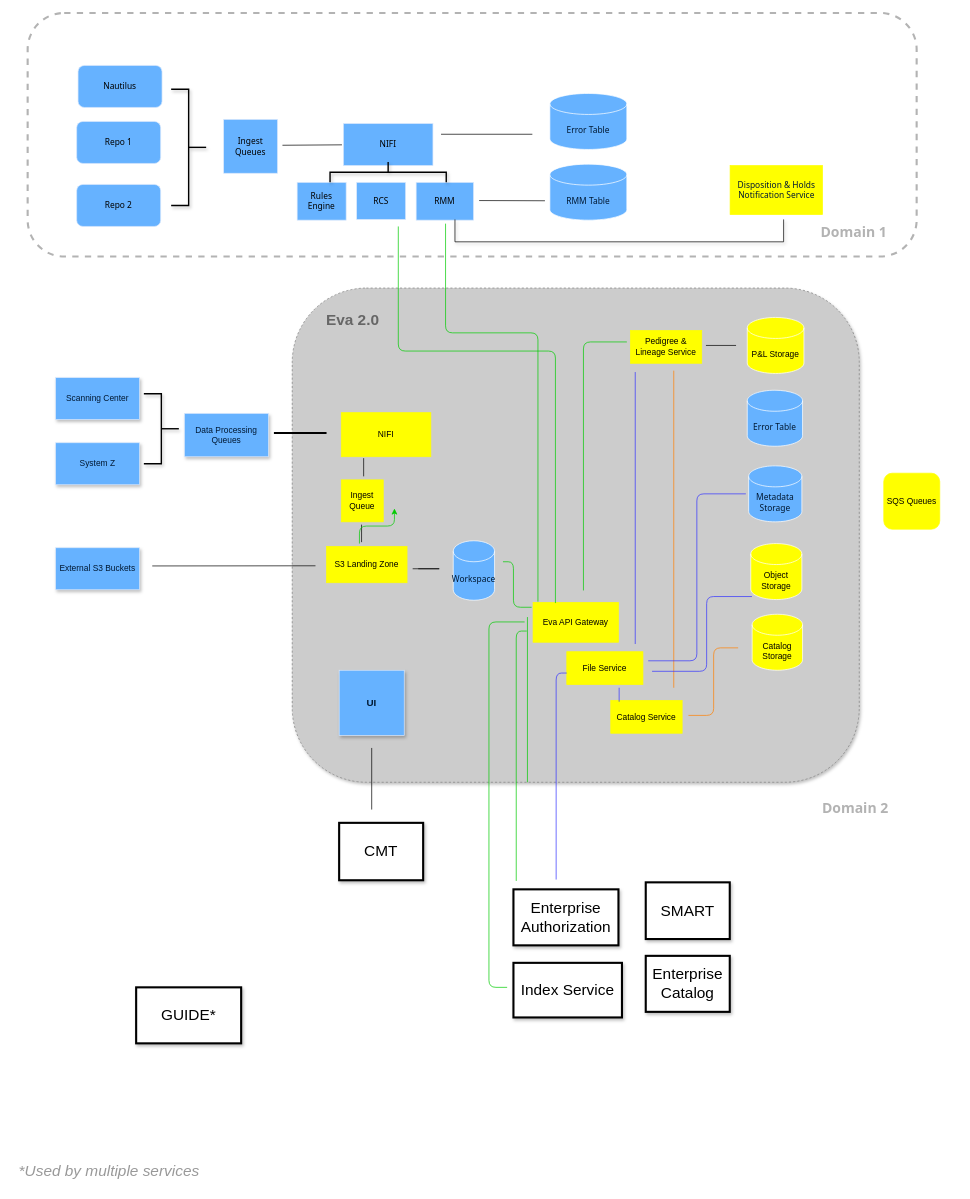
flare891/rmslow keeps this draw.io diagram as page "Page-2" (2 of 2) of Drawings/Untitled Diagram.drawio. Above is the earlier version. Source tidied: cells renumbered, new cells numbered last; positions are measured from the earlier drawing's top-left corner, leaving out a move shared by most shapes. Both pictures are drawn from the tidied source at 70%, with x=0, y=0 at pixel (15, 13).
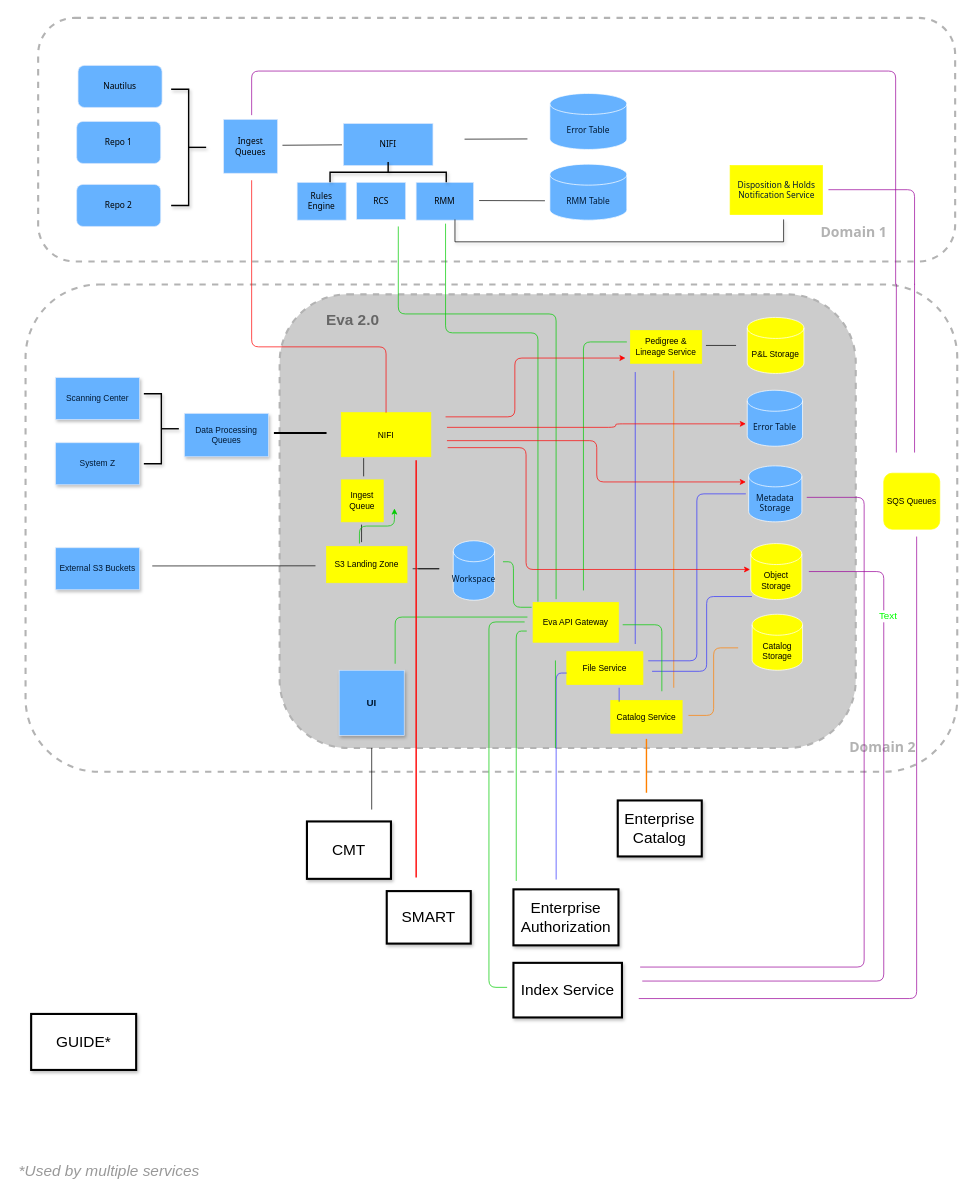
After the change.

The change refers to these unchanged cells:
```xml
<mxCell id="12" value="Eva API Gateway" style="rounded=0;whiteSpace=wrap;html=1;strokeColor=#FFFF00;fillColor=#FFFF00;" parent="1" vertex="1">
  <mxGeometry x="740" y="842" width="122" height="57" as="geometry" />
</mxCell>
<mxCell id="24" value="NIFI" style="rounded=0;whiteSpace=wrap;html=1;fillColor=#FFFF00;strokeColor=#FFFF00;fontColor=#000000;fontFamily=Helvetica;" parent="1" vertex="1">
  <mxGeometry x="466" y="571" width="128" height="63" as="geometry" />
</mxCell>
<mxCell id="29" value="Object Storage" style="shape=cylinder3;whiteSpace=wrap;html=1;boundedLbl=1;backgroundOutline=1;size=15;strokeColor=#FFFFFF;fontFamily=Helvetica;fontSize=12;fontColor=#000000;fillColor=#FFFF00;rounded=0;" parent="1" vertex="1">
  <mxGeometry x="1051" y="758" width="73" height="80" as="geometry" />
</mxCell>
```

What changed in the source:
```diff
@@
-    <mxCell id="2" style="rounded=1;whiteSpace=wrap;html=1;shadow=1;fontColor=#0000FF;strokeColor=#808080;fillColor=#CCCCCC;dashed=1;" parent="1" vertex="1">
-      <mxGeometry x="396" y="393" width="810" height="706" as="geometry" />
-    </mxCell>
+    <mxCell id="73" style="rounded=1;whiteSpace=wrap;html=1;fontFamily=Helvetica;fontSize=12;fontColor=#0000FF;strokeColor=#B3B3B3;dashed=1;strokeWidth=3;" parent="1" vertex="1">
+      <mxGeometry x="15" y="388" width="1331" height="696" as="geometry" />
+    </mxCell>
+    <mxCell id="74" style="rounded=1;whiteSpace=wrap;html=1;fontFamily=Helvetica;fontSize=12;fontColor=#0000FF;strokeColor=#B3B3B3;dashed=1;strokeWidth=3;fillColor=#CCCCCC;" parent="1" vertex="1">
+      <mxGeometry x="378" y="402" width="823" height="648" as="geometry" />
+    </mxCell>
     <mxCell id="3" style="rounded=1;whiteSpace=wrap;html=1;fontFamily=Helvetica;fontSize=12;fontColor=#0000FF;strokeColor=#B3B3B3;dashed=1;strokeWidth=3;" parent="1" vertex="1">
-      <mxGeometry x="18" width="1270" height="348" as="geometry" />
+      <mxGeometry x="33" y="7" width="1310" height="348" as="geometry" />
     </mxCell>
@@
     <mxCell id="36" value="Domain 2" style="text;html=1;align=center;verticalAlign=middle;fillColor=none;strokeColor=none;rounded=0;fontFamily=Tahoma;fontSize=20;fontStyle=1;fontColor=#B3B3B3;" parent="1" vertex="1">
-      <mxGeometry x="1147" y="1121" width="106" height="28" as="geometry" />
+      <mxGeometry x="1186" y="1035" width="106" height="28" as="geometry" />
     </mxCell>
@@
     <mxCell id="40" value="GUIDE*" style="rounded=0;whiteSpace=wrap;html=1;shadow=1;strokeWidth=3;fillColor=#ffffff;fontFamily=Helvetica;fontSize=22;fontColor=#000000;" parent="1" vertex="1">
-      <mxGeometry x="173" y="1392" width="150" height="80" as="geometry" />
+      <mxGeometry x="23" y="1430" width="150" height="80" as="geometry" />
     </mxCell>
     <mxCell id="41" value="Enterprise Catalog" style="rounded=0;whiteSpace=wrap;html=1;shadow=1;strokeWidth=3;fontFamily=Helvetica;fontSize=22;" parent="1" vertex="1">
-      <mxGeometry x="901" y="1347" width="120" height="80" as="geometry" />
+      <mxGeometry x="861" y="1125" width="120" height="80" as="geometry" />
     </mxCell>
@@
     <mxCell id="44" value="SMART" style="rounded=0;whiteSpace=wrap;html=1;shadow=1;strokeWidth=3;fontFamily=Helvetica;fontSize=22;" parent="1" vertex="1">
-      <mxGeometry x="901" y="1242" width="120" height="81" as="geometry" />
+      <mxGeometry x="531" y="1254.5" width="120" height="75" as="geometry" />
     </mxCell>
     <mxCell id="45" value="CMT" style="rounded=0;whiteSpace=wrap;html=1;shadow=1;strokeWidth=3;fontFamily=Helvetica;fontSize=22;" parent="1" vertex="1">
-      <mxGeometry x="463" y="1157" width="120" height="82" as="geometry" />
+      <mxGeometry x="417" y="1155" width="120" height="82" as="geometry" />
     </mxCell>
@@
     <mxCell id="49" style="edgeStyle=none;rounded=0;jettySize=auto;html=1;fontFamily=Helvetica;fontSize=22;fontColor=#999999;endArrow=none;endFill=0;exitX=0.465;exitY=0.498;exitDx=0;exitDy=0;exitPerimeter=0;" parent="1" edge="1" source="3">
       <mxGeometry relative="1" as="geometry">
-        <mxPoint x="739" y="173.3" as="targetPoint" />
+        <mxPoint x="732" y="180" as="targetPoint" />
       </mxGeometry>
     </mxCell>
@@
-    <mxCell id="51" style="edgeStyle=none;rounded=0;jettySize=auto;html=1;fontFamily=Helvetica;fontSize=22;fontColor=#999999;endArrow=none;endFill=0;exitX=0.041;exitY=0.562;exitDx=0;exitDy=0;exitPerimeter=0;" parent="1" edge="1" source="2">
+    <mxCell id="51" style="edgeStyle=none;rounded=0;orthogonalLoop=1;jettySize=auto;html=1;fontFamily=Helvetica;fontSize=22;fontColor=#999999;endArrow=none;endFill=0;exitX=0.041;exitY=0.562;exitDx=0;exitDy=0;exitPerimeter=0;" parent="1" edge="1">
       <mxGeometry relative="1" as="geometry">
+        <mxPoint x="429.2" y="789.8" as="sourcePoint" />
         <mxPoint x="196" y="790" as="targetPoint" />
       </mxGeometry>
     </mxCell>
@@
-    <mxCell id="64" style="edgeStyle=segmentEdgeStyle;endArrow=none;html=1;strokeWidth=1;fontFamily=Helvetica;fontSize=22;endFill=0;fontColor=#00FF00;strokeColor=#00CC00;" parent="1" edge="1" source="2">
+    <mxCell id="64" style="edgeStyle=segmentEdgeStyle;endArrow=none;html=1;strokeWidth=1;fontFamily=Helvetica;fontSize=22;endFill=0;fontColor=#00FF00;strokeColor=#00CC00;" parent="1" edge="1">
       <mxGeometry relative="1" as="geometry">
+        <mxPoint x="543" y="929.7" as="sourcePoint" />
         <mxPoint x="732" y="863" as="targetPoint" />
         <Array as="points">
           <mxPoint x="543" y="863" />
         </Array>
       </mxGeometry>
     </mxCell>
@@
-    <mxCell id="71" style="edgeStyle=elbowEdgeStyle;elbow=vertical;endArrow=none;html=1;strokeColor=#00CC00;strokeWidth=1;fontFamily=Helvetica;fontSize=14;fontColor=#00FF00;exitX=0.262;exitY=0.018;exitDx=0;exitDy=0;exitPerimeter=0;endFill=0;" parent="1" edge="1" source="12">
+    <mxCell id="71" style="edgeStyle=elbowEdgeStyle;elbow=vertical;endArrow=none;html=1;strokeColor=#00CC00;strokeWidth=1;fontFamily=Helvetica;fontSize=14;fontColor=#00FF00;endFill=0;exitX=0.27;exitY=-0.079;exitDx=0;exitDy=0;exitPerimeter=0;" parent="1" edge="1" source="12">
       <mxGeometry relative="1" as="geometry">
         <mxPoint x="547.5" y="305" as="targetPoint" />
         <Array as="points">
-          <mxPoint x="714" y="483" />
+          <mxPoint x="661" y="430" />
         </Array>
       </mxGeometry>
     </mxCell>
@@
+    <mxCell id="75" style="edgeStyle=elbowEdgeStyle;elbow=horizontal;endArrow=none;html=1;strokeColor=#00CC00;strokeWidth=1;fontFamily=Helvetica;fontSize=14;fontColor=#00FF00;endFill=0;" parent="1" edge="1">
+      <mxGeometry relative="1" as="geometry">
+        <mxPoint x="868" y="874" as="sourcePoint" />
+        <mxPoint x="924" y="969" as="targetPoint" />
+        <Array as="points">
+          <mxPoint x="924" y="911" />
+        </Array>
+      </mxGeometry>
+    </mxCell>
+    <mxCell id="76" style="line;strokeWidth=2;direction=south;html=1;rounded=1;shadow=0;fontFamily=Helvetica;fontSize=14;fontColor=#00FF00;fillColor=#FF0000;strokeColor=#FF0000;" parent="1" vertex="1">
+      <mxGeometry x="568" y="639" width="10" height="596" as="geometry" />
+    </mxCell>
+    <mxCell id="77" style="line;strokeWidth=2;direction=south;html=1;rounded=1;shadow=0;fillColor=#FF0000;fontFamily=Helvetica;fontSize=14;fontColor=#00FF00;strokeColor=#FF8000;" parent="1" vertex="1">
+      <mxGeometry x="897" y="1037" width="10" height="77" as="geometry" />
+    </mxCell>
+    <mxCell id="78" style="edgeStyle=elbowEdgeStyle;elbow=vertical;endArrow=none;html=1;strokeWidth=1;fontFamily=Helvetica;fontSize=14;fontColor=#00FF00;strokeColor=#FF0000;endFill=0;" parent="1" edge="1" target="24">
+      <mxGeometry relative="1" as="geometry">
+        <mxPoint x="338" y="239" as="sourcePoint" />
+        <Array as="points">
+          <mxPoint x="430" y="477" />
+        </Array>
+      </mxGeometry>
+    </mxCell>
+    <mxCell id="79" style="edgeStyle=elbowEdgeStyle;elbow=horizontal;endArrow=classic;html=1;strokeColor=#FF0000;strokeWidth=1;fontFamily=Helvetica;fontSize=14;fontColor=#00FF00;" parent="1" edge="1">
+      <mxGeometry relative="1" as="geometry">
+        <mxPoint x="617" y="611" as="sourcePoint" />
+        <mxPoint x="1044" y="670" as="targetPoint" />
+      </mxGeometry>
+    </mxCell>
+    <mxCell id="80" style="edgeStyle=elbowEdgeStyle;elbow=horizontal;endArrow=classic;html=1;strokeColor=#FF0000;strokeWidth=1;fontFamily=Helvetica;fontSize=14;fontColor=#00FF00;entryX=-0.014;entryY=0.463;entryDx=0;entryDy=0;entryPerimeter=0;" parent="1" edge="1" target="29">
+      <mxGeometry relative="1" as="geometry">
+        <mxPoint x="618" y="621" as="sourcePoint" />
+        <Array as="points">
+          <mxPoint x="730" y="767" />
+          <mxPoint x="698" y="713" />
+        </Array>
+      </mxGeometry>
+    </mxCell>
+    <mxCell id="81" style="edgeStyle=elbowEdgeStyle;elbow=horizontal;endArrow=classic;html=1;strokeColor=#FF0000;strokeWidth=1;fontFamily=Helvetica;fontSize=14;fontColor=#00FF00;" parent="1" edge="1">
+      <mxGeometry relative="1" as="geometry">
+        <mxPoint x="615" y="577" as="sourcePoint" />
+        <mxPoint x="872" y="493" as="targetPoint" />
+        <Array as="points">
+          <mxPoint x="714" y="543" />
+        </Array>
+      </mxGeometry>
+    </mxCell>
+    <mxCell id="82" style="edgeStyle=elbowEdgeStyle;elbow=horizontal;endArrow=classic;html=1;strokeColor=#FF0000;strokeWidth=1;fontFamily=Helvetica;fontSize=14;fontColor=#00FF00;" parent="1" edge="1">
+      <mxGeometry relative="1" as="geometry">
+        <mxPoint x="617" y="592" as="sourcePoint" />
+        <mxPoint x="1044" y="587" as="targetPoint" />
+        <Array as="points">
+          <mxPoint x="858" y="592" />
+        </Array>
+      </mxGeometry>
+    </mxCell>
+    <mxCell id="83" style="edgeStyle=elbowEdgeStyle;elbow=vertical;endArrow=none;html=1;strokeColor=#00CC00;strokeWidth=1;fontFamily=Helvetica;fontSize=14;fontColor=#00FF00;endFill=0;" parent="1" edge="1" target="74">
+      <mxGeometry relative="1" as="geometry">
+        <mxPoint x="772" y="925" as="sourcePoint" />
+        <Array as="points">
+          <mxPoint x="714" y="483" />
+        </Array>
+      </mxGeometry>
+    </mxCell>
+    <mxCell id="84" style="edgeStyle=segmentEdgeStyle;endArrow=none;html=1;strokeWidth=1;fontFamily=Helvetica;fontSize=14;fontColor=#00FF00;strokeColor=#990099;endFill=0;" parent="1" edge="1">
+      <mxGeometry relative="1" as="geometry">
+        <mxPoint x="891" y="1408" as="sourcePoint" />
+        <mxPoint x="1288" y="748" as="targetPoint" />
+        <Array as="points">
+          <mxPoint x="891" y="1408" />
+          <mxPoint x="1288" y="1408" />
+        </Array>
+      </mxGeometry>
+    </mxCell>
+    <mxCell id="85" style="edgeStyle=elbowEdgeStyle;elbow=horizontal;endArrow=none;html=1;strokeColor=#990099;strokeWidth=1;fontFamily=Helvetica;fontSize=14;fontColor=#00FF00;endFill=0;" parent="1" edge="1">
+      <mxGeometry relative="1" as="geometry">
+        <mxPoint x="896" y="1383" as="sourcePoint" />
+        <mxPoint x="1134" y="798" as="targetPoint" />
+        <Array as="points">
+          <mxPoint x="1241" y="878" />
+        </Array>
+      </mxGeometry>
+    </mxCell>
+    <mxCell id="86" value="Text" style="edgeLabel;html=1;align=center;verticalAlign=middle;fontSize=14;fontFamily=Helvetica;fontColor=#00FF00;" parent="85" vertex="1">
+      <mxGeometry x="0.67" y="-4" relative="1" as="geometry">
+        <mxPoint x="1" y="-1" as="offset" />
+      </mxGeometry>
+    </mxCell>
+    <mxCell id="87" style="edgeStyle=elbowEdgeStyle;elbow=horizontal;endArrow=none;html=1;strokeColor=#990099;strokeWidth=1;fontFamily=Helvetica;fontSize=14;fontColor=#00FF00;endFill=0;" parent="1" edge="1">
+      <mxGeometry relative="1" as="geometry">
+        <mxPoint x="893" y="1363" as="sourcePoint" />
+        <mxPoint x="1131" y="692" as="targetPoint" />
+        <Array as="points">
+          <mxPoint x="1213" y="860" />
+        </Array>
+      </mxGeometry>
+    </mxCell>
+    <mxCell id="88" style="edgeStyle=segmentEdgeStyle;endArrow=none;html=1;strokeColor=#990099;strokeWidth=1;fontFamily=Helvetica;fontSize=14;fontColor=#00FF00;endFill=0;" parent="1" edge="1" source="73">
+      <mxGeometry relative="1" as="geometry">
+        <mxPoint x="338" y="146" as="targetPoint" />
+        <Array as="points">
+          <mxPoint x="1258" y="83" />
+          <mxPoint x="338" y="83" />
+        </Array>
+      </mxGeometry>
+    </mxCell>
+    <mxCell id="89" style="line;strokeWidth=1;direction=south;html=1;rounded=1;fontFamily=Helvetica;fontSize=14;fontColor=#00FF00;verticalAlign=middle;strokeColor=#990099;endArrow=classic;" parent="1" vertex="1">
+      <mxGeometry x="1254" y="387" width="10" height="241" as="geometry" />
+    </mxCell>
+    <mxCell id="90" style="edgeStyle=elbowEdgeStyle;elbow=horizontal;endArrow=none;html=1;strokeColor=#990099;strokeWidth=1;fontFamily=Helvetica;fontSize=14;fontColor=#00FF00;endFill=0;" parent="1" edge="1" source="73">
+      <mxGeometry relative="1" as="geometry">
+        <mxPoint x="1162" y="252.5" as="targetPoint" />
+        <Array as="points">
+          <mxPoint x="1285" y="323" />
+          <mxPoint x="1285" y="326" />
+          <mxPoint x="1244" y="290.5" />
+        </Array>
+      </mxGeometry>
+    </mxCell>
+    <mxCell id="91" style="line;strokeWidth=1;direction=south;html=1;rounded=1;fontFamily=Helvetica;fontSize=14;fontColor=#00FF00;verticalAlign=middle;strokeColor=#990099;endArrow=classic;" parent="1" vertex="1">
+      <mxGeometry x="1280" y="387" width="10" height="241" as="geometry" />
+    </mxCell>
```
